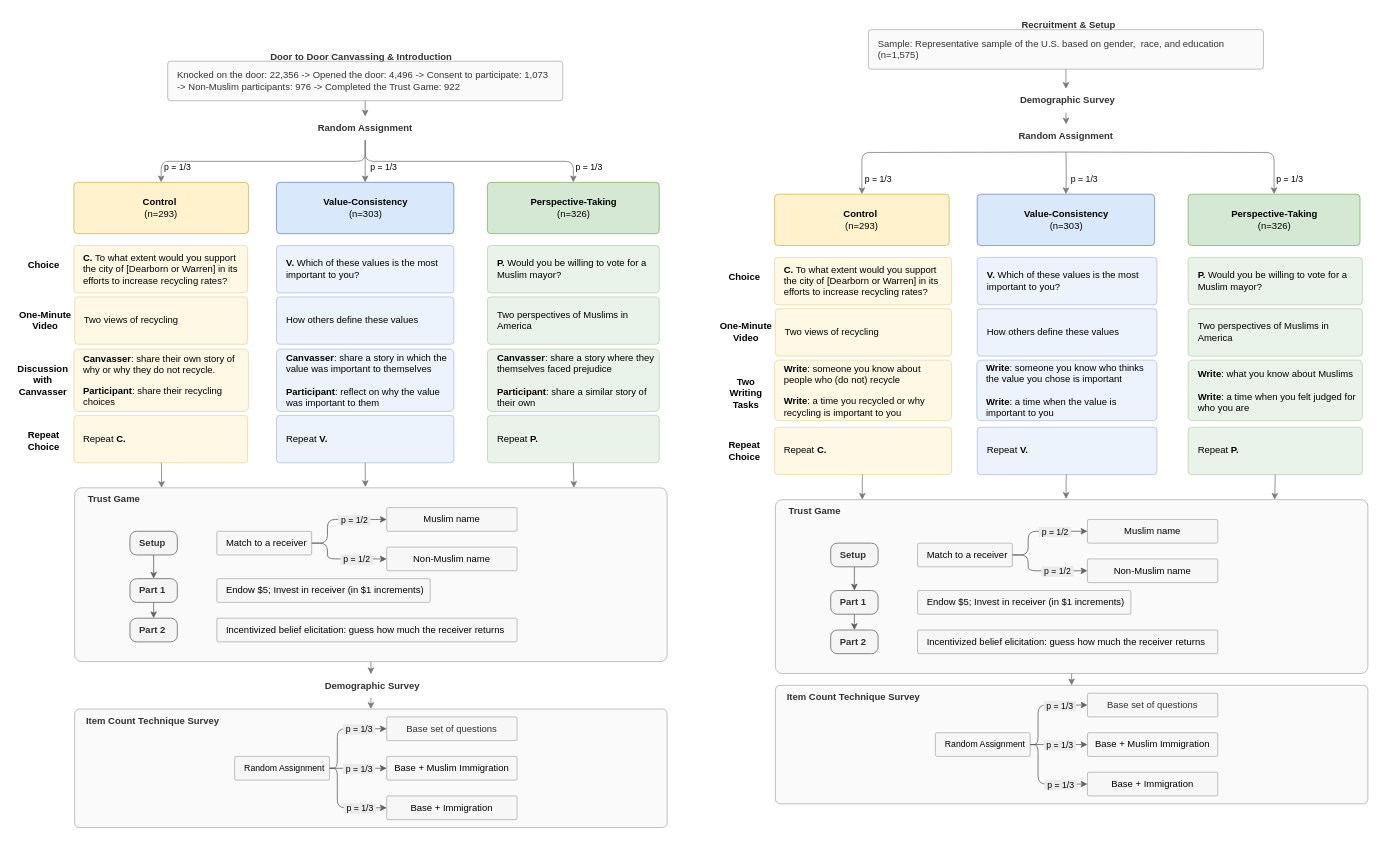
Above: Muslim.drawio in changgge/changgge (draw.io), before the change. Source tidied: cells renumbered, new cells numbered last; positions are measured from the earlier drawing's top-left corner, leaving out a move shared by most shapes. Both pictures are drawn from the tidied source at 79%, with x=0, y=0 at pixel (13, 13).
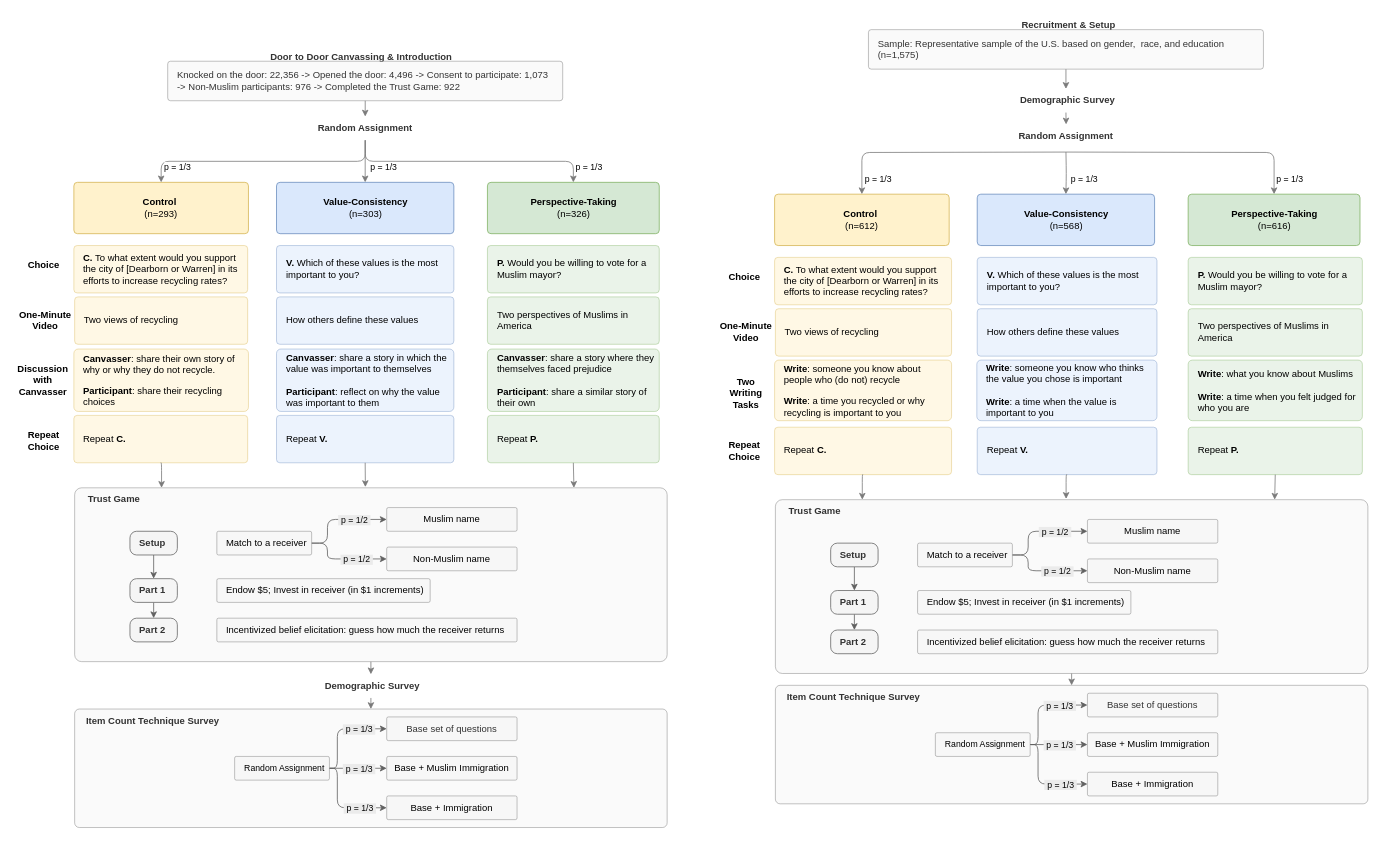
The same diagram, later.

What changed in the source:
```diff
@@
-    <mxCell id="71" value="&lt;span style=&quot;color: rgb(0, 0, 0);&quot;&gt;&lt;b&gt;Control&amp;nbsp;&lt;/b&gt;&lt;/span&gt;&lt;div&gt;&lt;span style=&quot;color: rgb(0, 0, 0);&quot;&gt;(n=293)&lt;/span&gt;&lt;/div&gt;" style="rounded=1;whiteSpace=wrap;html=1;align=center;spacingLeft=0;fillColor=#fff2cc;strokeColor=#d6b656;arcSize=7;" parent="1" vertex="1">
+    <mxCell id="71" value="&lt;span style=&quot;color: rgb(0, 0, 0);&quot;&gt;&lt;b&gt;Control&amp;nbsp;&lt;/b&gt;&lt;/span&gt;&lt;div&gt;&lt;span style=&quot;color: rgb(0, 0, 0);&quot;&gt;(n=612)&lt;/span&gt;&lt;/div&gt;" style="rounded=1;whiteSpace=wrap;html=1;align=center;spacingLeft=0;fillColor=#fff2cc;strokeColor=#d6b656;arcSize=7;" parent="1" vertex="1">
       <mxGeometry x="963" y="228.3" width="221" height="65" as="geometry" />
     </mxCell>
@@
-    <mxCell id="79" value="&lt;b&gt;Value-Consistency&lt;/b&gt;&lt;div&gt;(n=303)&lt;b&gt;&lt;br&gt;&lt;/b&gt;&lt;/div&gt;" style="rounded=1;whiteSpace=wrap;html=1;align=center;spacingLeft=0;fillColor=#dae8fc;strokeColor=#6c8ebf;arcSize=7;" parent="1" vertex="1">
+    <mxCell id="79" value="&lt;b&gt;Value-Consistency&lt;/b&gt;&lt;div&gt;(n=568)&lt;b&gt;&lt;br&gt;&lt;/b&gt;&lt;/div&gt;" style="rounded=1;whiteSpace=wrap;html=1;align=center;spacingLeft=0;fillColor=#dae8fc;strokeColor=#6c8ebf;arcSize=7;" parent="1" vertex="1">
       <mxGeometry x="1219.5" y="228.3" width="224.5" height="65" as="geometry" />
     </mxCell>
-    <mxCell id="80" value="&lt;b&gt;Perspective-Taking&lt;/b&gt;&lt;div&gt;(n=326)&lt;b&gt;&lt;br&gt;&lt;/b&gt;&lt;/div&gt;" style="rounded=1;whiteSpace=wrap;html=1;align=center;spacingLeft=0;fillColor=#d5e8d4;strokeColor=#82b366;arcSize=7;" parent="1" vertex="1">
+    <mxCell id="80" value="&lt;b&gt;Perspective-Taking&lt;/b&gt;&lt;div&gt;(n=616)&lt;b&gt;&lt;br&gt;&lt;/b&gt;&lt;/div&gt;" style="rounded=1;whiteSpace=wrap;html=1;align=center;spacingLeft=0;fillColor=#d5e8d4;strokeColor=#82b366;arcSize=7;" parent="1" vertex="1">
       <mxGeometry x="1486.5" y="228.3" width="217.5" height="65" as="geometry" />
     </mxCell>
```
